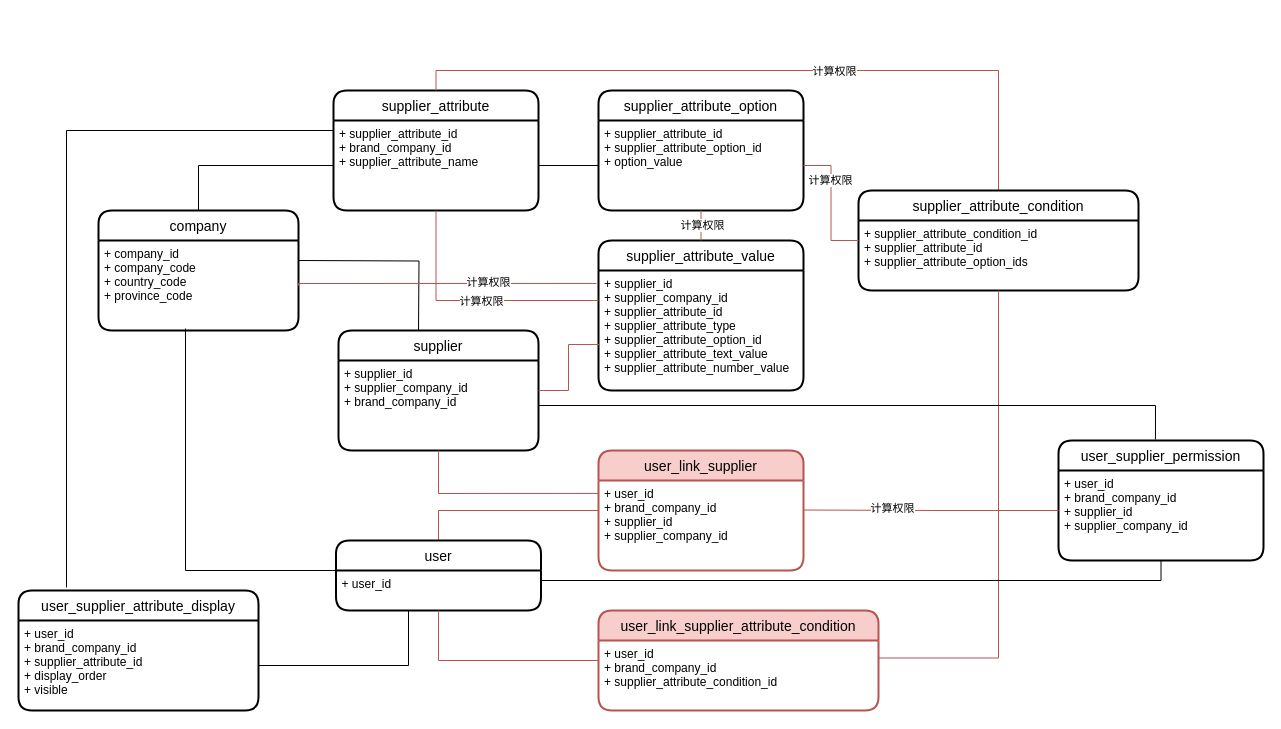
Earlier version of the draw.io diagram 未命名绘图.drawio (yalichen19/yalichen19.github.io). Source tidied: cells renumbered, new cells numbered last; positions are measured from the earlier drawing's top-left corner, leaving out a move shared by most shapes. Both pictures are drawn from the tidied source at 100%, with x=0, y=0 at pixel (18, 90).
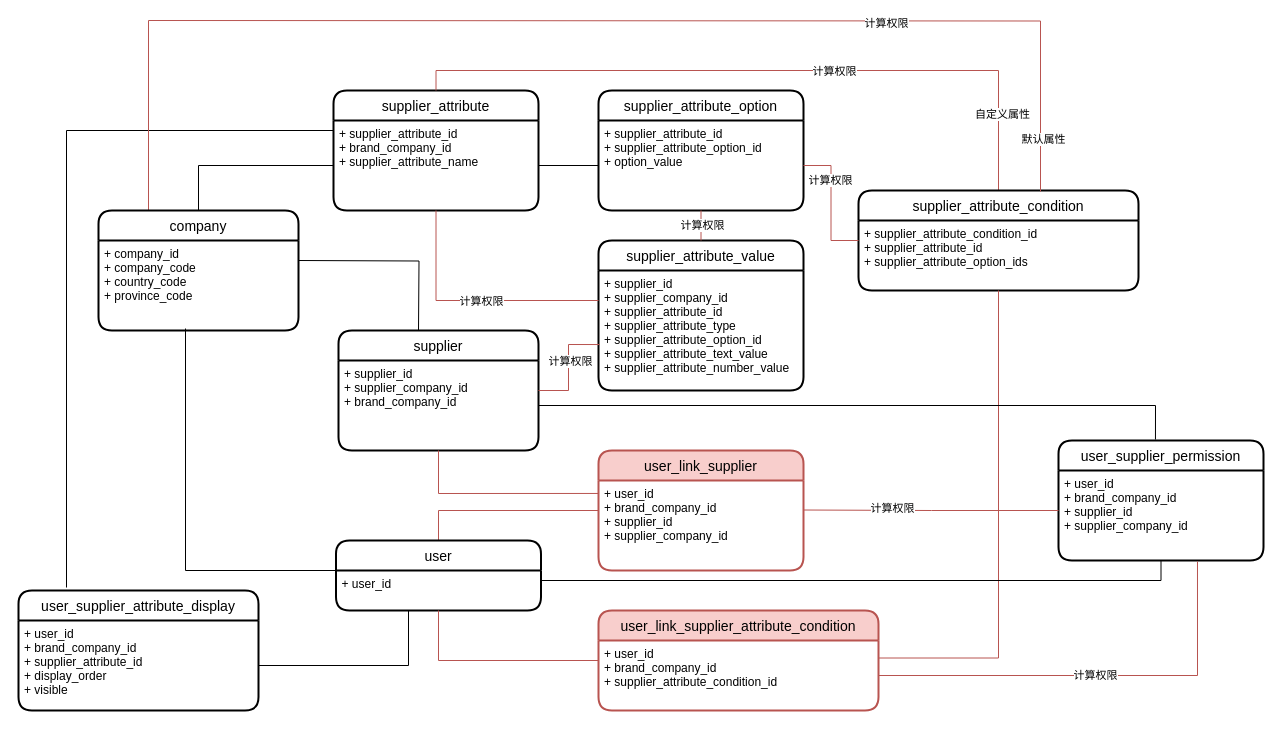
The same diagram, later.

Commit message:
更新未命名绘图.drawio

The change refers to these unchanged cells:
```xml
<mxCell id="10" value="+ supplier_id &#10;+ supplier_company_id&#10;+ supplier_attribute_id&#10;+ supplier_attribute_type&#10;+ supplier_attribute_option_id&#10;+ supplier_attribute_text_value&#10;+ supplier_attribute_number_value&#10;" style="align=left;strokeColor=none;fillColor=none;spacingLeft=4;fontSize=12;verticalAlign=top;" parent="9" vertex="1">
  <mxGeometry y="30" width="205" height="120" as="geometry" />
</mxCell>
<mxCell id="18" value="+ user_id&#10;+ brand_company_id &#10;+ supplier_id &#10;+ supplier_company_id&#10;" style="align=left;strokeColor=none;fillColor=none;spacingLeft=4;fontSize=12;verticalAlign=top;" parent="17" vertex="1">
  <mxGeometry y="30" width="205" height="90" as="geometry" />
</mxCell>
<mxCell id="22" value="+ user_id&#10;+ brand_company_id &#10;+ supplier_attribute_condition_id&#10;" style="align=left;strokeColor=none;fillColor=none;spacingLeft=4;fontSize=12;verticalAlign=top;" parent="21" vertex="1">
  <mxGeometry y="30" width="280" height="70" as="geometry" />
</mxCell>
<mxCell id="23" style="edgeStyle=orthogonalEdgeStyle;rounded=0;jettySize=auto;html=1;exitX=0.5;exitY=0;exitDx=0;exitDy=0;entryX=0.5;entryY=0;entryDx=0;entryDy=0;endArrow=none;fillColor=#f8cecc;strokeColor=#b85450;" parent="1" edge="1" source="25" target="5">
  <mxGeometry relative="1" as="geometry" />
</mxCell>
<mxCell id="25" value="supplier_attribute_condition" style="swimlane;horizontal=1;startSize=30;rounded=1;fontSize=14;fontStyle=0;strokeWidth=2;shadow=0;dashed=0;align=center;" parent="1" vertex="1">
  <mxGeometry x="840" y="100" width="280" height="100" as="geometry" />
</mxCell>
<mxCell id="28" value="company" style="swimlane;horizontal=1;startSize=30;rounded=1;fontSize=14;fontStyle=0;strokeWidth=2;shadow=0;dashed=0;align=center;" parent="1" vertex="1">
  <mxGeometry x="80" y="120" width="200" height="120" as="geometry" />
</mxCell>
<mxCell id="29" value="+ company_id&#10;+ company_code &#10;+ country_code&#10;+ province_code &#10;" style="align=left;strokeColor=none;fillColor=none;spacingLeft=4;fontSize=12;verticalAlign=top;" parent="28" vertex="1">
  <mxGeometry y="30" width="200" height="90" as="geometry" />
</mxCell>
<mxCell id="35" style="edgeStyle=orthogonalEdgeStyle;rounded=0;jettySize=auto;html=1;entryX=0.005;entryY=0.617;entryDx=0;entryDy=0;entryPerimeter=0;endArrow=none;fillColor=#f8cecc;strokeColor=#b85450;" parent="1" edge="1" source="2" target="10">
  <mxGeometry relative="1" as="geometry" />
</mxCell>
```

Change to the diagram source:
```diff
@@
+    <mxCell id="50" value="自定义属性" style="edgeLabel;html=1;align=center;verticalAlign=middle;" parent="23" vertex="1">
+      <mxGeometry x="-0.78" y="-3" relative="1" as="geometry" />
+    </mxCell>
@@
+    <mxCell id="51" style="edgeStyle=orthogonalEdgeStyle;rounded=0;jettySize=auto;html=1;exitX=0.25;exitY=0;exitDx=0;exitDy=0;endArrow=none;strokeColor=#b85450;fillColor=#f8cecc;" parent="1" edge="1" source="28">
+      <mxGeometry relative="1" as="geometry">
+        <mxPoint x="130" y="-70" as="targetPoint" />
+      </mxGeometry>
+    </mxCell>
@@
+    <mxCell id="52" value="计算权限" style="edgeLabel;html=1;align=center;verticalAlign=middle;" parent="35" vertex="1">
+      <mxGeometry x="0.12" y="-1" relative="1" as="geometry" />
+    </mxCell>
@@
-    <mxCell id="48" style="edgeStyle=orthogonalEdgeStyle;rounded=0;jettySize=auto;html=1;exitX=1;exitY=0.5;exitDx=0;exitDy=0;entryX=-0.01;entryY=0.108;entryDx=0;entryDy=0;entryPerimeter=0;endArrow=none;strokeColor=#b85450;fillColor=#f8cecc;" parent="1" edge="1" source="29" target="10">
-      <mxGeometry relative="1" as="geometry">
-        <Array as="points">
-          <mxPoint x="280" y="193" />
-        </Array>
-      </mxGeometry>
-    </mxCell>
-    <mxCell id="49" value="计算权限" style="edgeLabel;html=1;align=center;verticalAlign=middle;" parent="48" vertex="1">
-      <mxGeometry x="0.06" y="1" relative="1" as="geometry">
-        <mxPoint x="33" as="offset" />
-      </mxGeometry>
-    </mxCell>
+    <mxCell id="53" style="edgeStyle=orthogonalEdgeStyle;rounded=0;jettySize=auto;html=1;entryX=0.65;entryY=0.01;entryDx=0;entryDy=0;entryPerimeter=0;endArrow=none;strokeColor=#b85450;fillColor=#f8cecc;" parent="1" edge="1" target="25">
+      <mxGeometry relative="1" as="geometry">
+        <mxPoint x="130" y="-70" as="sourcePoint" />
+      </mxGeometry>
+    </mxCell>
+    <mxCell id="54" value="计算权限" style="edgeLabel;html=1;align=center;verticalAlign=middle;" parent="53" vertex="1">
+      <mxGeometry x="0.39" y="-2" relative="1" as="geometry" />
+    </mxCell>
+    <mxCell id="55" value="默认属性" style="edgeLabel;html=1;align=center;verticalAlign=middle;" parent="53" vertex="1">
+      <mxGeometry x="0.9" y="2" relative="1" as="geometry">
+        <mxPoint y="1" as="offset" />
+      </mxGeometry>
+    </mxCell>
+    <mxCell id="56" value="计算权限" style="edgeStyle=orthogonalEdgeStyle;rounded=0;jettySize=auto;html=1;exitX=1;exitY=0.5;exitDx=0;exitDy=0;entryX=0.678;entryY=1.011;entryDx=0;entryDy=0;entryPerimeter=0;endArrow=none;strokeColor=#b85450;fillColor=#f8cecc;" parent="1" edge="1" source="22" target="18">
+      <mxGeometry relative="1" as="geometry" />
+    </mxCell>
```
